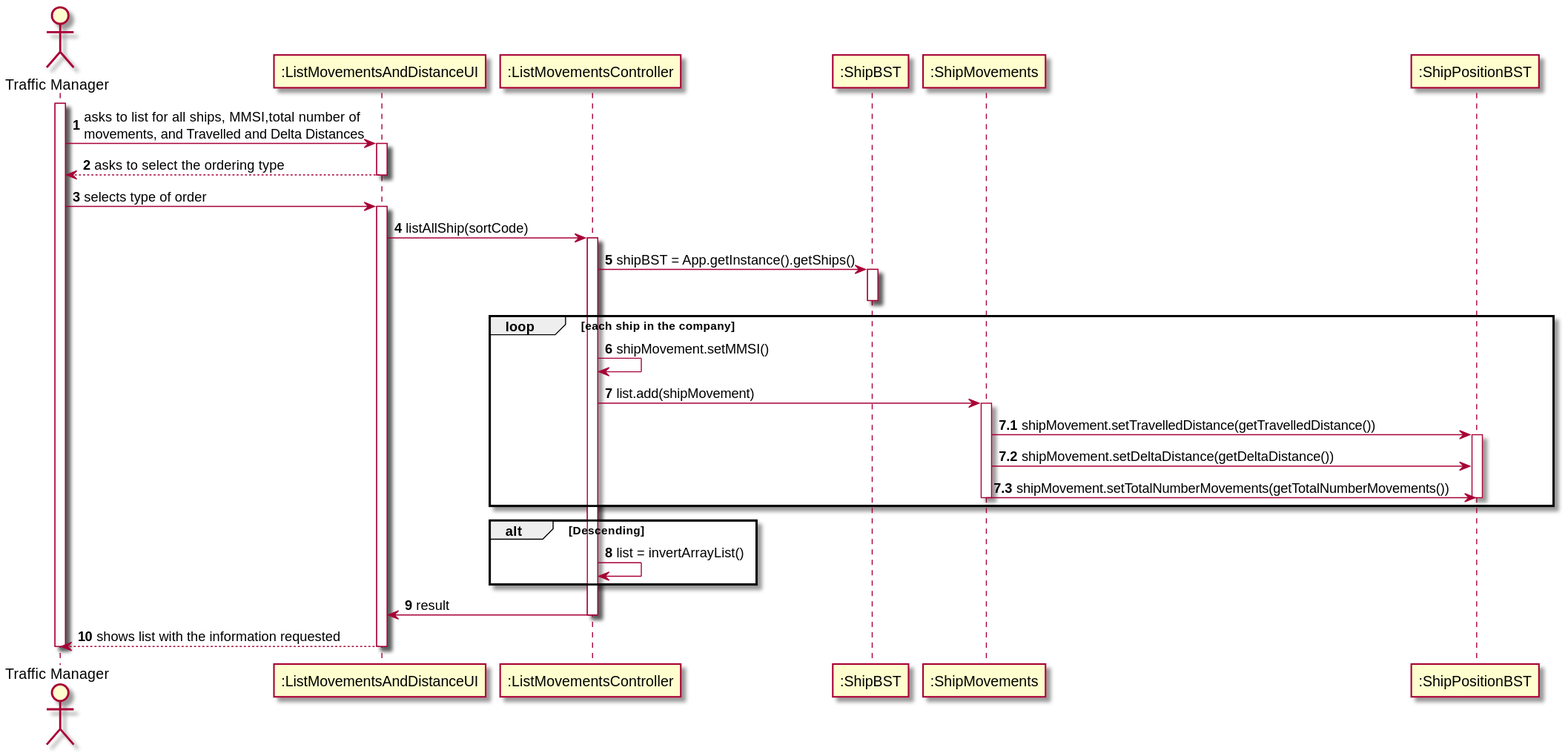
Above: docs/Sprint 3/US/US105/US105_SD.svg in 1190772/LAB-Project-3 (PlantUML), before the change. Source of this version:
```plantuml
@startuml
autonumber

actor "Traffic Manager" as TM

participant ":ListMovementsAndDistanceUI" as UI
participant ":ListMovementsController" as CTRL
participant ":ShipBST" as SBST
participant ":ShipMovements" as SM
participant ":ShipPositionBST" as SPBST

activate TM
TM -> UI : asks to list for all ships, MMSI,total number of \nmovements, and Travelled and Delta Distances
activate UI

UI --> TM : asks to select the ordering type
deactivate UI

TM -> UI : selects type of order
activate UI

UI -> CTRL : listAllShip(sortCode)
activate CTRL

CTRL -> SBST : shipBST = App.getInstance().getShips()
activate SBST
deactivate SBST

loop each ship in the company
CTRL -> CTRL : shipMovement.setMMSI()
CTRL -> SM : list.add(shipMovement)
activate SM
autonumber 7.1
SM -> SPBST : shipMovement.setTravelledDistance(getTravelledDistance())
activate SPBST
SM -> SPBST : shipMovement.setDeltaDistance(getDeltaDistance())
SM -> SPBST : shipMovement.setTotalNumberMovements(getTotalNumberMovements())

deactivate SM
deactivate SPBST
end

autonumber 8
alt Descending
CTRL -> CTRL : list = invertArrayList()
end



CTRL -> UI : result
deactivate CTRL

UI --> TM : shows list with the information requested
deactivate UI

deactivate TM

@enduml
```
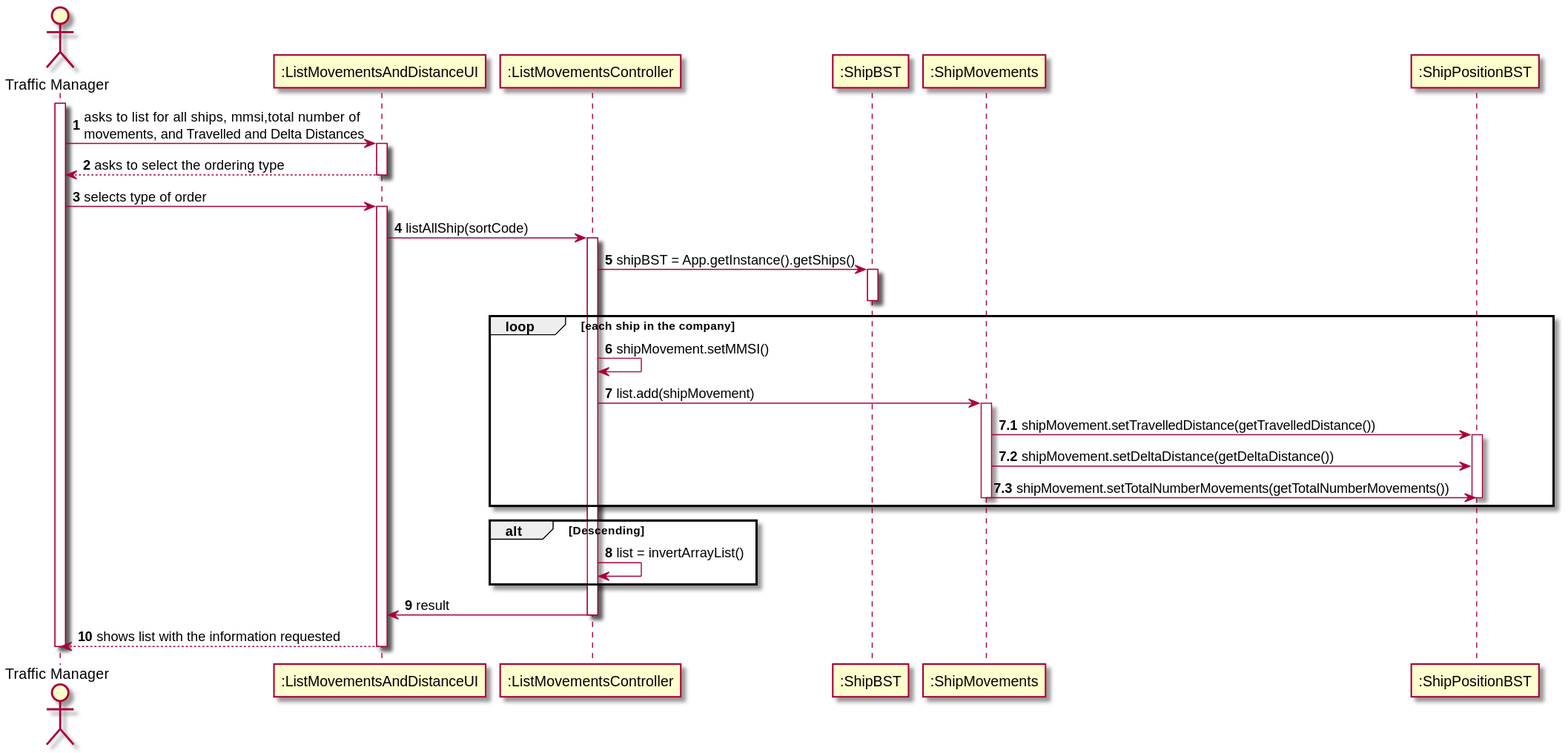
Later version of the same file.

Diff of the diagram source:
```diff
@@ -10,7 +10,7 @@
 participant ":ShipPositionBST" as SPBST
 
 activate TM
-TM -> UI : asks to list for all ships, MMSI,total number of \nmovements, and Travelled and Delta Distances
+TM -> UI : asks to list for all ships, mmsi,total number of \nmovements, and Travelled and Delta Distances
 activate UI
 
 UI --> TM : asks to select the ordering type
```
